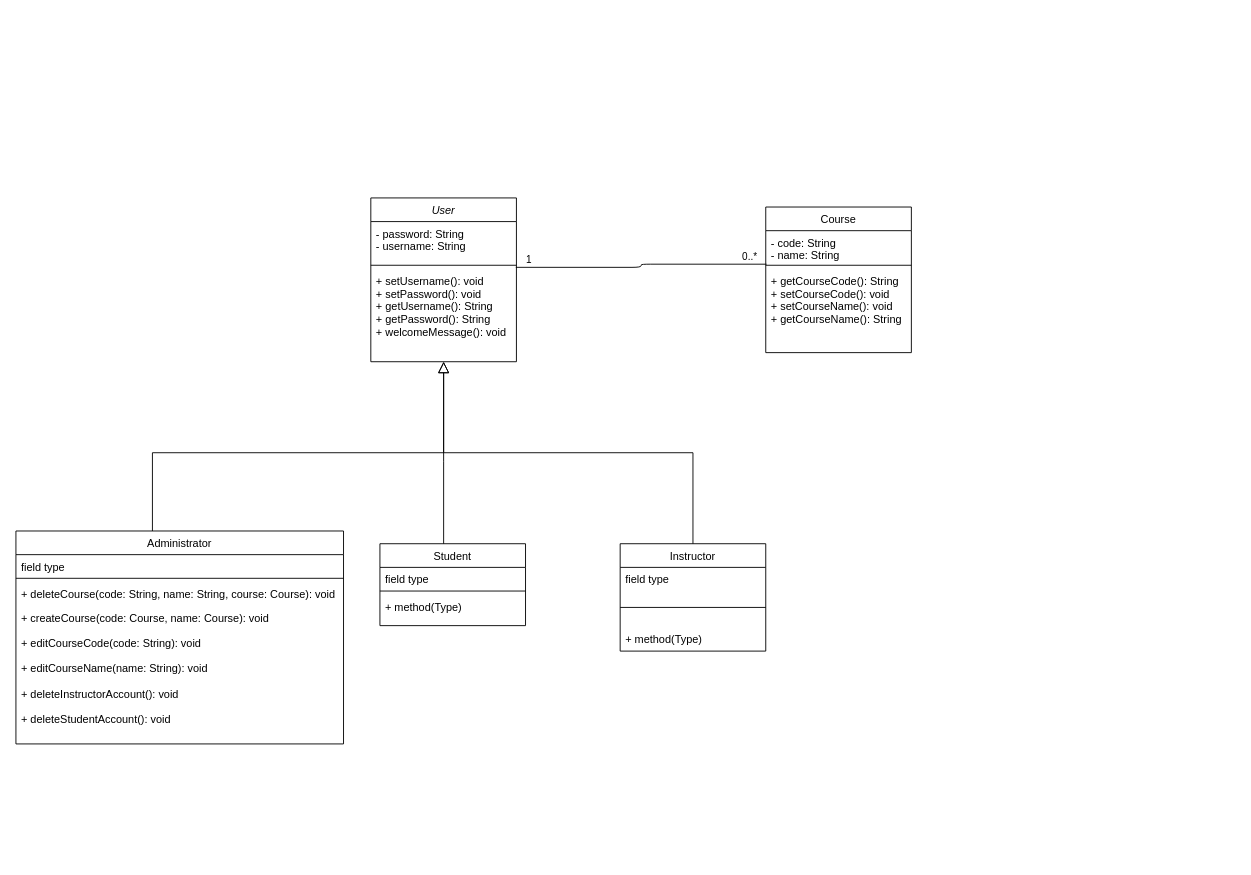
This is SEG_Term_Project.drawio from tamaraamicic/SEG2105, a draw.io file, before an edit. Source tidied: cells renumbered, new cells numbered last; positions are measured from the earlier drawing's top-left corner, leaving out a move shared by most shapes. Both pictures are drawn from the tidied source at 91%, with x=0, y=0 at pixel (15, 197).
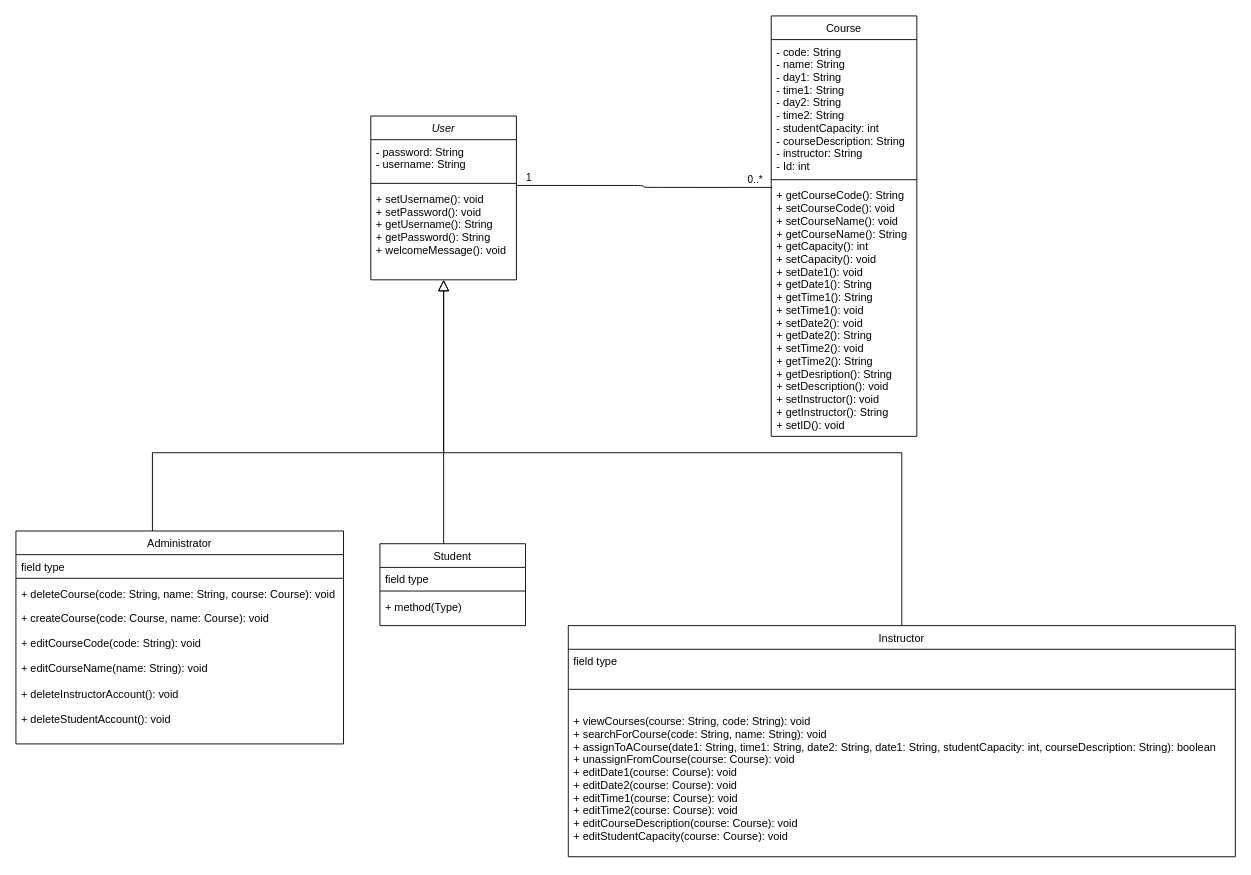
The same diagram, later.

The edit, as a diff of the source:
```diff
@@
     <mxCell id="2" value="User" style="swimlane;fontStyle=2;align=center;verticalAlign=top;horizontal=1;startSize=26;rounded=0;shadow=0;strokeWidth=1;" parent="1" vertex="1">
-      <mxGeometry x="390" width="160" height="180" as="geometry" />
+      <mxGeometry x="390" y="-90" width="160" height="180" as="geometry" />
     </mxCell>
@@
     <mxCell id="11" value="Instructor" style="swimlane;fontStyle=0;align=center;verticalAlign=top;horizontal=1;startSize=26;rounded=0;shadow=0;strokeWidth=1;" parent="1" vertex="1">
-      <mxGeometry x="664" y="380" width="160" height="118" as="geometry" />
+      <mxGeometry x="607" y="470" width="733" height="254" as="geometry" />
     </mxCell>
     <mxCell id="12" value="field type" style="text;align=left;verticalAlign=top;spacingLeft=4;spacingRight=4;overflow=hidden;" parent="11" vertex="1">
-      <mxGeometry y="26" width="160" height="22" as="geometry" />
+      <mxGeometry y="26" width="733" height="22" as="geometry" />
     </mxCell>
     <mxCell id="13" style="line;html=1;strokeWidth=1;align=left;verticalAlign=middle;spacingTop=-1;spacingLeft=3;spacingRight=3;labelPosition=right;" parent="11" vertex="1">
-      <mxGeometry y="48" width="160" height="44" as="geometry" />
+      <mxGeometry y="48" width="733" height="44" as="geometry" />
     </mxCell>
-    <mxCell id="14" value="+ method(Type)" style="text;align=left;verticalAlign=top;spacingLeft=4;spacingRight=4;overflow=hidden;fontStyle=0;" parent="11" vertex="1">
-      <mxGeometry y="92" width="160" height="26" as="geometry" />
+    <mxCell id="14" value="+ viewCourses(course: String, code: String): void&#10;+ searchForCourse(code: String, name: String): void&#10;+ assignToACourse(date1: String, time1: String, date2: String, date1: String, studentCapacity: int, courseDescription: String): boolean&#10;+ unassignFromCourse(course: Course): void&#10;+ editDate1(course: Course): void&#10;+ editDate2(course: Course): void&#10;+ editTime1(course: Course): void&#10;+ editTime2(course: Course): void&#10;+ editCourseDescription(course: Course): void&#10;+ editStudentCapacity(course: Course): void&#10;" style="text;align=left;verticalAlign=top;spacingLeft=4;spacingRight=4;overflow=hidden;fontStyle=0;" parent="11" vertex="1">
+      <mxGeometry y="92" width="733" height="162" as="geometry" />
     </mxCell>
@@
     <mxCell id="16" value="Course" style="swimlane;fontStyle=0;align=center;verticalAlign=top;horizontal=1;startSize=26;rounded=0;shadow=0;strokeWidth=1;" parent="1" vertex="1">
-      <mxGeometry x="824" y="10" width="160" height="160" as="geometry" />
+      <mxGeometry x="830" y="-200" width="160" height="462" as="geometry" />
     </mxCell>
-    <mxCell id="17" value="- code: String&#10;- name: String " style="text;align=left;verticalAlign=top;spacingLeft=4;spacingRight=4;overflow=hidden;points=[[0,0.5],[1,0.5]];portConstraint=eastwest;rounded=0;shadow=0;html=0;" parent="16" vertex="1">
-      <mxGeometry y="26" width="160" height="34" as="geometry" />
+    <mxCell id="17" value="- code: String&#10;- name: String &#10;- day1: String&#10;- time1: String&#10;- day2: String&#10;- time2: String&#10;- studentCapacity: int&#10;- courseDescription: String&#10;- instructor: String&#10;- Id: int&#10;&#10;" style="text;align=left;verticalAlign=top;spacingLeft=4;spacingRight=4;overflow=hidden;points=[[0,0.5],[1,0.5]];portConstraint=eastwest;rounded=0;shadow=0;html=0;" parent="16" vertex="1">
+      <mxGeometry y="26" width="160" height="150" as="geometry" />
     </mxCell>
     <mxCell id="18" style="line;html=1;strokeWidth=1;align=left;verticalAlign=middle;spacingTop=-1;spacingLeft=3;spacingRight=3;labelPosition=right;" parent="16" vertex="1">
-      <mxGeometry y="60" width="160" height="8" as="geometry" />
+      <mxGeometry y="176" width="160" height="8" as="geometry" />
     </mxCell>
-    <mxCell id="19" value="+ getCourseCode(): String&#10;+ setCourseCode(): void&#10;+ setCourseName(): void&#10;+ getCourseName(): String&#10;&#10;" style="text;align=left;verticalAlign=top;spacingLeft=4;spacingRight=4;overflow=hidden;" parent="16" vertex="1">
-      <mxGeometry y="68" width="160" height="66" as="geometry" />
+    <mxCell id="19" value="+ getCourseCode(): String&#10;+ setCourseCode(): void&#10;+ setCourseName(): void&#10;+ getCourseName(): String&#10;+ getCapacity(): int&#10;+ setCapacity(): void&#10;+ setDate1(): void&#10;+ getDate1(): String&#10;+ getTime1(): String&#10;+ setTime1(): void&#10;+ setDate2(): void&#10;+ getDate2(): String&#10;+ setTime2(): void&#10;+ getTime2(): String&#10;+ getDesription(): String&#10;+ setDescription(): void&#10;+ setInstructor(): void&#10;+ getInstructor(): String&#10;+ setID(): void&#10;&#10;&#10;" style="text;align=left;verticalAlign=top;spacingLeft=4;spacingRight=4;overflow=hidden;" parent="16" vertex="1">
+      <mxGeometry y="184" width="160" height="278" as="geometry" />
     </mxCell>
```
